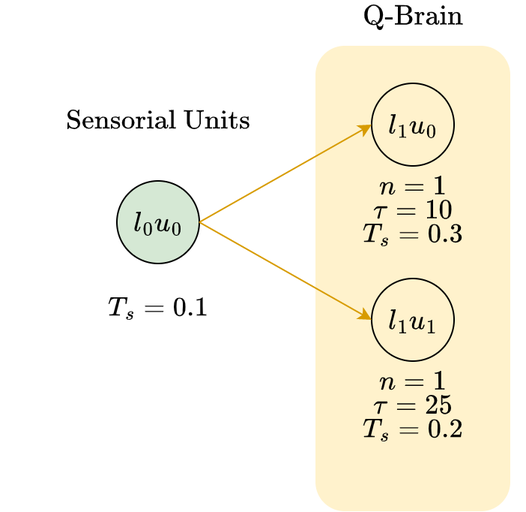
This is docs/notebooks/06_imgs/tutorial_qunits_basicnetwork.png from Davidelanz/quantum-robot, a draw.io export, as it was before one commit. Source tidied: cells renumbered, new cells last; positions are measured from the earlier drawing's top-left corner, leaving out a move shared by most shapes. Its diagram source:
```xml
<mxGraphModel math="1">
  <root>
    <mxCell id="0" />
    <mxCell id="1" value="Background" parent="0" />
    <mxCell id="2" value="Foreground" parent="0" />
    <mxCell id="3" style="rounded=1;whiteSpace=wrap;html=1;strokeColor=none;fillColor=#fff2cc;align=center;dashed=1;" parent="2" vertex="1">
      <mxGeometry x="210" y="30" width="130" height="310" as="geometry" />
    </mxCell>
    <mxCell id="4" value="$$l_0u_0$$" style="ellipse;whiteSpace=wrap;html=1;fillColor=#d5e8d4;fontSize=16;strokeColor=#000000;" parent="2" vertex="1">
      <mxGeometry x="77.5" y="120" width="55" height="55" as="geometry" />
    </mxCell>
    <mxCell id="5" value="&lt;p style=&quot;line-height: 100%&quot;&gt;&lt;span&gt;\(T_s = 0.1\)&lt;/span&gt;&lt;/p&gt;" style="text;html=1;align=center;verticalAlign=middle;fontSize=16;" parent="2" vertex="1">
      <mxGeometry x="50" y="175" width="110" height="60" as="geometry" />
    </mxCell>
    <mxCell id="6" value="$$\text{Q-Brain}$$" style="text;html=1;align=center;verticalAlign=middle;fontSize=16;" parent="2" vertex="1">
      <mxGeometry x="200" width="150" height="20" as="geometry" />
    </mxCell>
    <mxCell id="7" value="$$l_1u_0$$" style="ellipse;whiteSpace=wrap;html=1;strokeColor=#000000;fillColor=#fff2cc;fontSize=16;" parent="2" vertex="1">
      <mxGeometry x="247.5" y="55" width="55" height="55" as="geometry" />
    </mxCell>
    <mxCell id="8" value="$$l_1u_1$$" style="ellipse;whiteSpace=wrap;html=1;strokeColor=#000000;fillColor=#fff2cc;fontSize=16;" parent="2" vertex="1">
      <mxGeometry x="247.5" y="185" width="55" height="55" as="geometry" />
    </mxCell>
    <mxCell id="9" style="endArrow=classic;html=1;exitX=1;exitY=0.5;exitDx=0;exitDy=0;fillColor=#ffe6cc;strokeColor=#d79b00;entryX=0;entryY=0.5;entryDx=0;entryDy=0;" parent="2" edge="1" source="4" target="8">
      <mxGeometry relative="1" as="geometry" />
    </mxCell>
    <mxCell id="10" style="endArrow=classic;html=1;exitX=1;exitY=0.5;exitDx=0;exitDy=0;fillColor=#ffe6cc;strokeColor=#d79b00;entryX=0;entryY=0.5;entryDx=0;entryDy=0;" parent="2" edge="1" source="4" target="7">
      <mxGeometry relative="1" as="geometry" />
    </mxCell>
    <mxCell id="11" value="&lt;p style=&quot;line-height: 100%&quot;&gt;\(n=1\)&lt;br&gt;\(\tau=10\)&lt;span&gt;&lt;br&gt;&lt;/span&gt;&lt;span&gt;\(T_s = 0.3\)&lt;/span&gt;&lt;/p&gt;" style="text;html=1;align=center;verticalAlign=middle;fontSize=16;" parent="2" vertex="1">
      <mxGeometry x="220" y="95" width="110" height="90" as="geometry" />
    </mxCell>
    <mxCell id="12" value="&lt;p style=&quot;line-height: 100%&quot;&gt;\(n=1\)&lt;br&gt;\(\tau=25\)&lt;span&gt;&lt;br&gt;&lt;/span&gt;&lt;span&gt;\(T_s = 0.2\)&lt;/span&gt;&lt;/p&gt;" style="text;html=1;align=center;verticalAlign=middle;fontSize=16;" parent="2" vertex="1">
      <mxGeometry x="220" y="225" width="110" height="90" as="geometry" />
    </mxCell>
    <mxCell id="13" value="$$\text{Sensorial Units}$$" style="text;html=1;align=center;verticalAlign=middle;fontSize=16;" parent="2" vertex="1">
      <mxGeometry y="65" width="210" height="30" as="geometry" />
    </mxCell>
  </root>
</mxGraphModel>
```
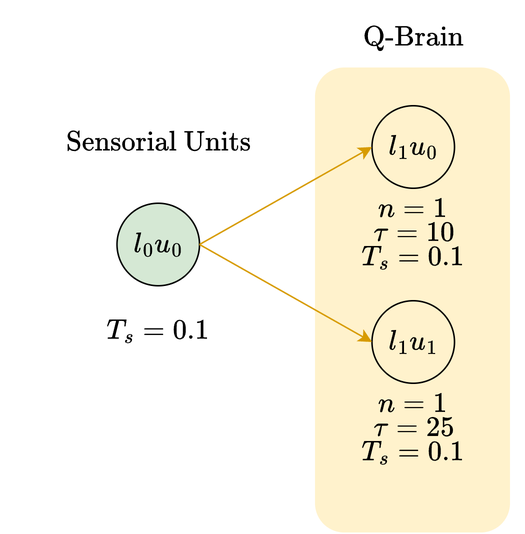
The same file after the commit.

The edit, as a diff of the source:
```diff
@@ -27,11 +27,11 @@
     <mxCell id="10" style="endArrow=classic;html=1;exitX=1;exitY=0.5;exitDx=0;exitDy=0;fillColor=#ffe6cc;strokeColor=#d79b00;entryX=0;entryY=0.5;entryDx=0;entryDy=0;" parent="2" edge="1" source="4" target="7">
       <mxGeometry relative="1" as="geometry" />
     </mxCell>
-    <mxCell id="11" value="&lt;p style=&quot;line-height: 100%&quot;&gt;\(n=1\)&lt;br&gt;\(\tau=10\)&lt;span&gt;&lt;br&gt;&lt;/span&gt;&lt;span&gt;\(T_s = 0.3\)&lt;/span&gt;&lt;/p&gt;" style="text;html=1;align=center;verticalAlign=middle;fontSize=16;" parent="2" vertex="1">
-      <mxGeometry x="220" y="95" width="110" height="90" as="geometry" />
+    <mxCell id="11" value="&lt;p style=&quot;line-height: 100%&quot;&gt;\(n=1\)&lt;br&gt;\(\tau=10\)&lt;span&gt;&lt;br&gt;&lt;/span&gt;&lt;span&gt;\(T_s = 0.1\)&lt;/span&gt;&lt;/p&gt;" style="text;html=1;align=center;verticalAlign=middle;fontSize=16;" parent="2" vertex="1">
+      <mxGeometry x="230" y="95" width="90" height="90" as="geometry" />
     </mxCell>
-    <mxCell id="12" value="&lt;p style=&quot;line-height: 100%&quot;&gt;\(n=1\)&lt;br&gt;\(\tau=25\)&lt;span&gt;&lt;br&gt;&lt;/span&gt;&lt;span&gt;\(T_s = 0.2\)&lt;/span&gt;&lt;/p&gt;" style="text;html=1;align=center;verticalAlign=middle;fontSize=16;" parent="2" vertex="1">
-      <mxGeometry x="220" y="225" width="110" height="90" as="geometry" />
+    <mxCell id="12" value="&lt;p style=&quot;line-height: 100%&quot;&gt;\(n=1\)&lt;br&gt;\(\tau=25\)&lt;span&gt;&lt;br&gt;&lt;/span&gt;&lt;span&gt;\(T_s = 0.1\)&lt;/span&gt;&lt;/p&gt;" style="text;html=1;align=center;verticalAlign=middle;fontSize=16;" parent="2" vertex="1">
+      <mxGeometry x="230" y="225" width="90" height="90" as="geometry" />
     </mxCell>
     <mxCell id="13" value="$$\text{Sensorial Units}$$" style="text;html=1;align=center;verticalAlign=middle;fontSize=16;" parent="2" vertex="1">
       <mxGeometry y="65" width="210" height="30" as="geometry" />
```
